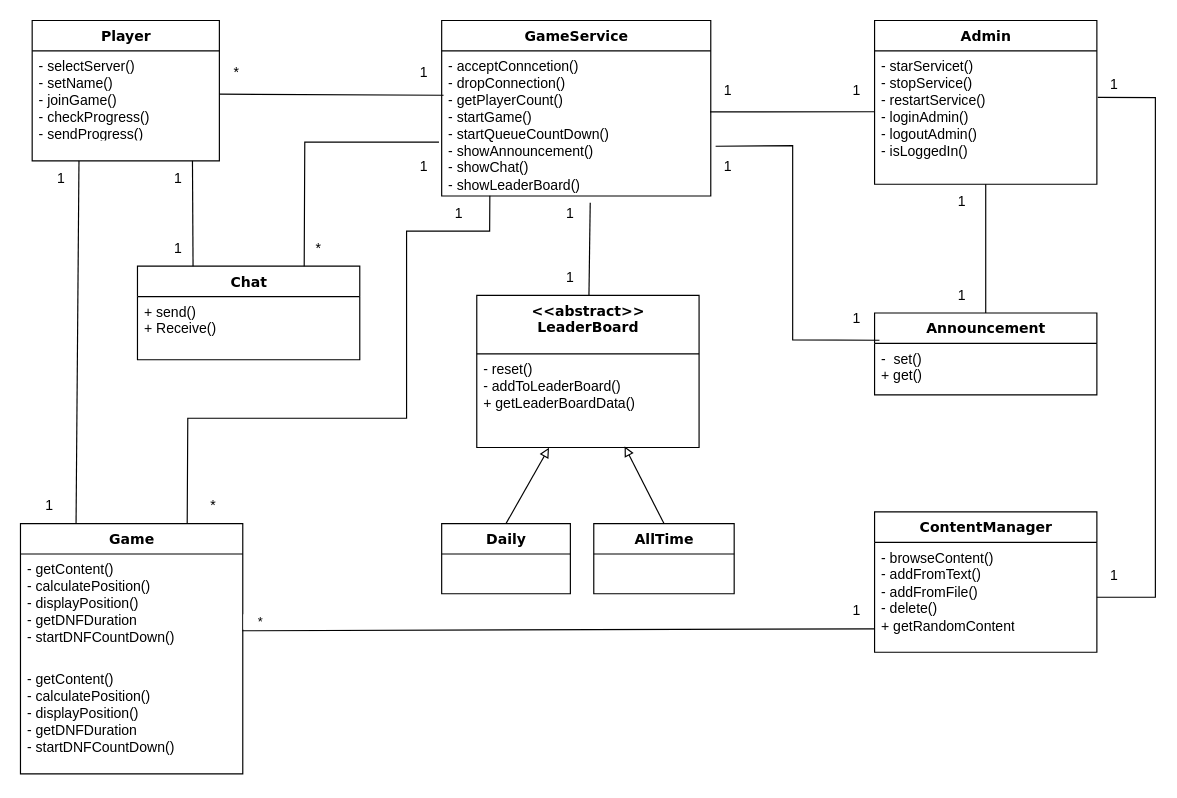
Above: TypeRacerClass.drawio in muratcanakcay/PW-SE1-TypeRacer (draw.io), before the change. Source tidied: cells renumbered, new cells numbered last; positions are measured from the earlier drawing's top-left corner, leaving out a move shared by most shapes. Both pictures are drawn from the tidied source at 117%, with x=0, y=0 at pixel (20, 20).
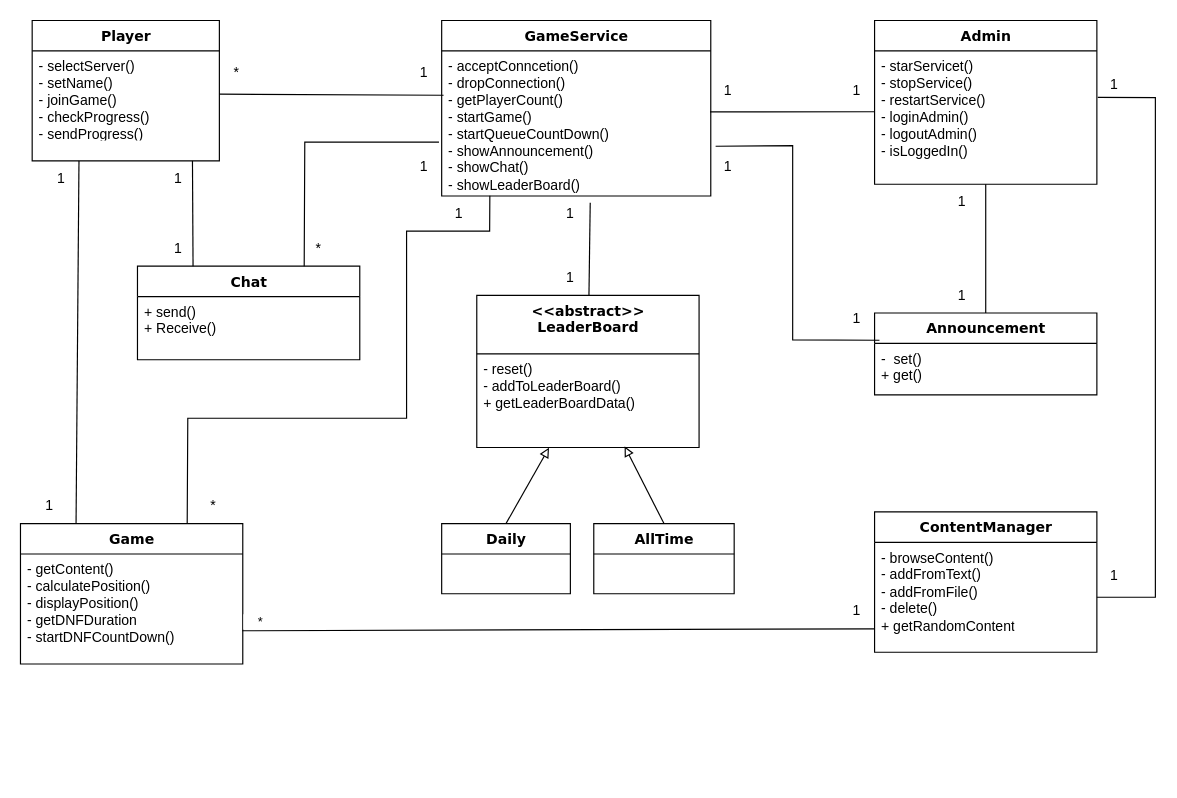
Above is the later version.

What changed in the source:
```diff
@@
     <mxCell id="12" value="Game" style="swimlane;html=1;fontStyle=1;align=center;verticalAlign=top;horizontal=1;startSize=26;swimlaneFillColor=#ffffff;rounded=0;shadow=0;comic=0;labelBackgroundColor=none;strokeWidth=1;fillColor=none;fontFamily=Verdana;fontSize=12;" parent="1" vertex="1">
-      <mxGeometry y="430" width="190" height="214" as="geometry" />
+      <mxGeometry y="430" width="190" height="120" as="geometry" />
     </mxCell>
@@
-    <mxCell id="14" value="- getContent()&amp;nbsp;&lt;br&gt;- calculatePosition()&lt;br&gt;- displayPosition()&lt;br&gt;- getDNFDuration&lt;br&gt;- startDNFCountDown()" style="text;html=1;strokeColor=none;fillColor=none;align=left;verticalAlign=top;spacingLeft=4;spacingRight=4;whiteSpace=wrap;overflow=hidden;" parent="12" vertex="1">
-      <mxGeometry y="120" width="190" height="94" as="geometry" />
-    </mxCell>
```
